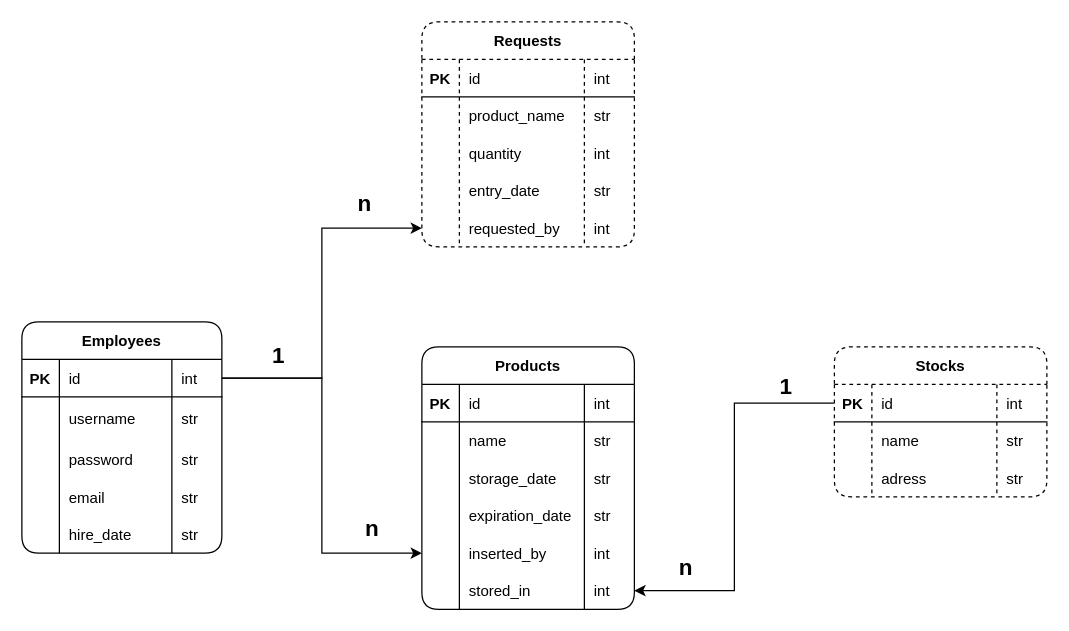
Before: MER.drawio in EZanelaA/PAME22.2-Entrega5, a draw.io diagram. Source tidied: cells renumbered, new cells numbered last; positions are measured from the earlier drawing's top-left corner, leaving out a move shared by most shapes. Both pictures are drawn from the tidied source at 125%, with x=0, y=0 at pixel (21, 21).
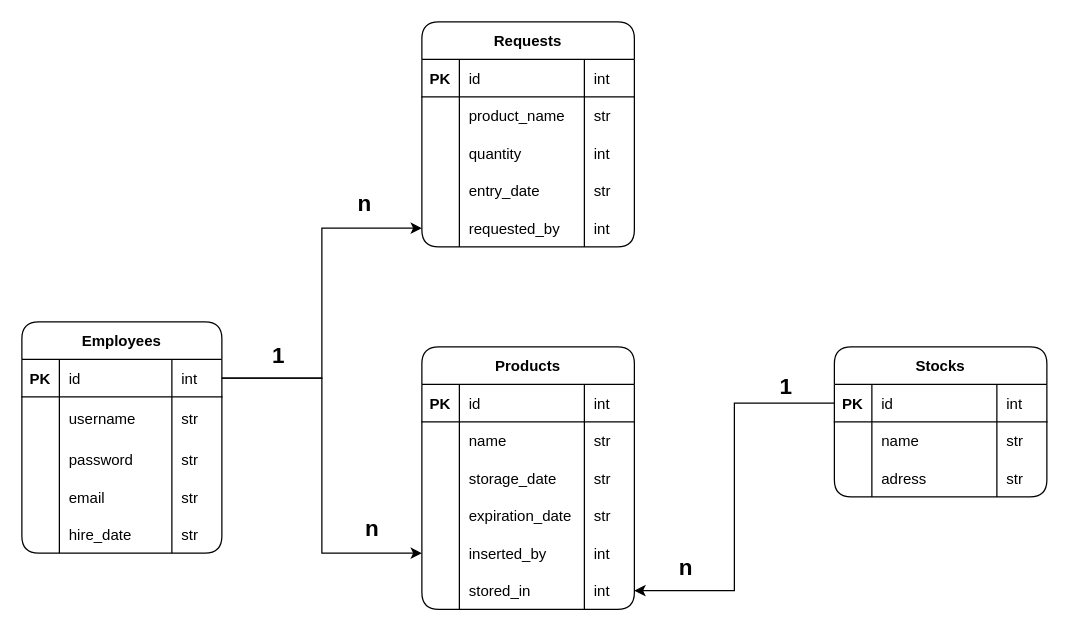
After the change.

What changed in the source:
```diff
@@
-    <mxCell id="49" value="Requests" style="shape=table;startSize=30;childLayout=tableLayout;rowLines=0;fontStyle=1;align=center;rounded=1;shadow=0;gradientColor=none;swimlaneFillColor=default;dashed=1;" parent="1" vertex="1">
+    <mxCell id="49" value="Requests" style="shape=table;startSize=30;childLayout=tableLayout;rowLines=0;fontStyle=1;align=center;rounded=1;shadow=0;gradientColor=none;swimlaneFillColor=default;" parent="1" vertex="1">
       <mxGeometry x="320" width="170" height="180" as="geometry" />
     </mxCell>
@@
-    <mxCell id="72" value="Stocks" style="shape=table;startSize=30;childLayout=tableLayout;rowLines=0;fontStyle=1;align=center;rounded=1;shadow=0;gradientColor=none;swimlaneFillColor=default;dashed=1;" parent="1" vertex="1">
+    <mxCell id="72" value="Stocks" style="shape=table;startSize=30;childLayout=tableLayout;rowLines=0;fontStyle=1;align=center;rounded=1;shadow=0;gradientColor=none;swimlaneFillColor=default;" parent="1" vertex="1">
       <mxGeometry x="650" y="260" width="170" height="120" as="geometry" />
     </mxCell>
```
